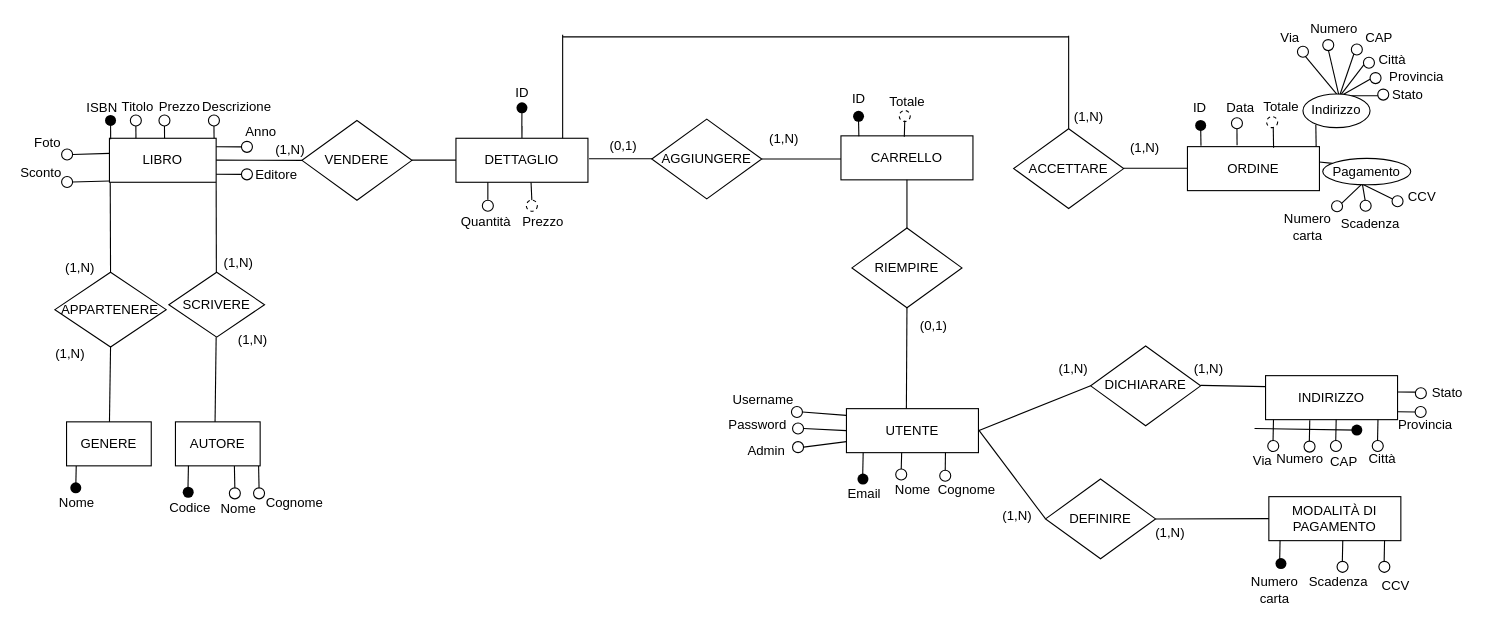
Tensa53/LibriShop keeps this draw.io diagram as db/modello.drawio. Above is the earlier version. Source tidied: cells renumbered, new cells numbered last; positions are measured from the earlier drawing's top-left corner, leaving out a move shared by most shapes. Both pictures are drawn from the tidied source at 110%, with x=0, y=0 at pixel (19, 19).
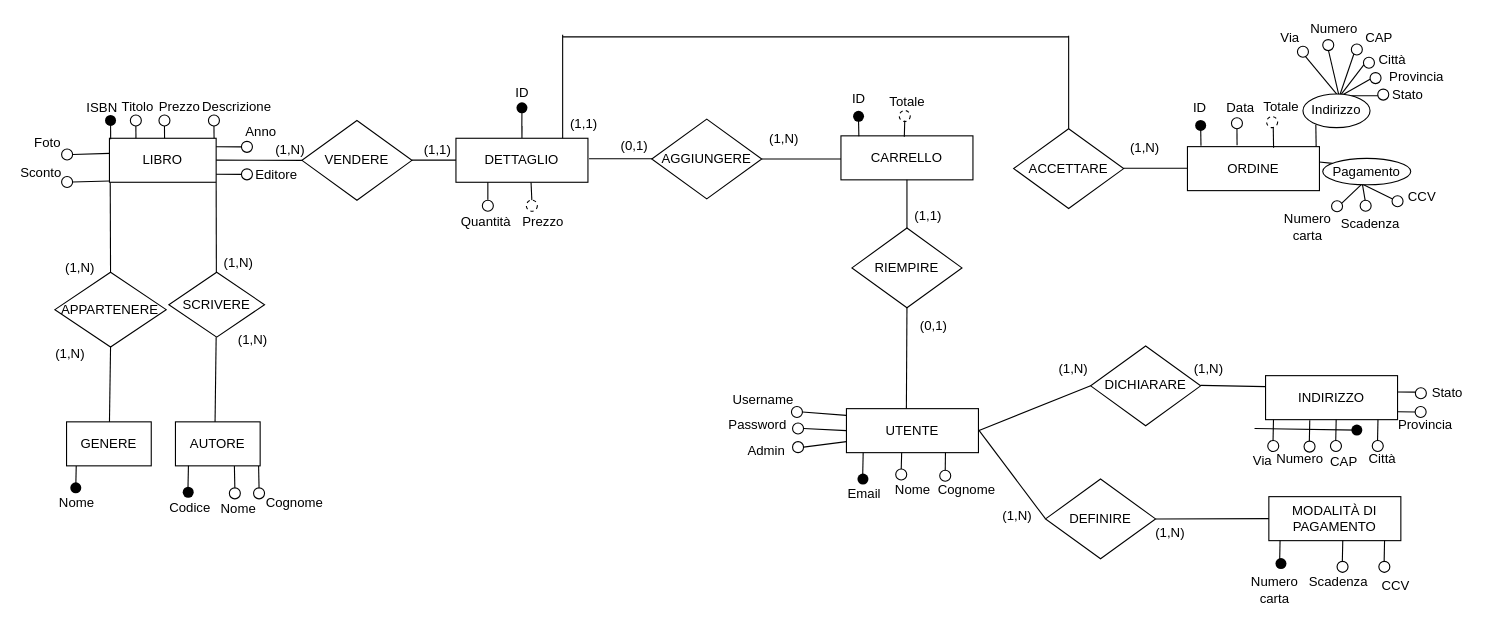
The same page after the edit.

The edit, as a diff of the source:
```diff
@@
     <mxCell id="135" value="(0,1)" style="text;html=1;align=center;verticalAlign=middle;strokeColor=none;fillColor=none;" parent="1" vertex="1">
-      <mxGeometry x="531" y="105.2" width="36" height="19" as="geometry" />
+      <mxGeometry x="541" y="105.2" width="36" height="19" as="geometry" />
     </mxCell>
@@
-    <mxCell id="196" value="(1,N)" style="text;html=1;strokeColor=none;fillColor=none;align=center;verticalAlign=middle;whiteSpace=wrap;rounded=0;" parent="1" vertex="1">
-      <mxGeometry x="957" y="81" width="31" height="16" as="geometry" />
+    <mxCell id="196" value="(1,1)" style="text;html=1;strokeColor=none;fillColor=none;align=center;verticalAlign=middle;whiteSpace=wrap;rounded=0;" parent="1" vertex="1">
+      <mxGeometry x="498" y="86.5" width="31" height="16" as="geometry" />
     </mxCell>
+    <mxCell id="197" value="(1,1)" style="text;html=1;strokeColor=none;fillColor=none;align=center;verticalAlign=middle;whiteSpace=wrap;rounded=0;" parent="1" vertex="1">
+      <mxGeometry x="365" y="111" width="31" height="16" as="geometry" />
+    </mxCell>
+    <mxCell id="198" value="(1,1)" style="text;html=1;strokeColor=none;fillColor=none;align=center;verticalAlign=middle;whiteSpace=wrap;rounded=0;" parent="1" vertex="1">
+      <mxGeometry x="811" y="170.5" width="31" height="16" as="geometry" />
+    </mxCell>
```
